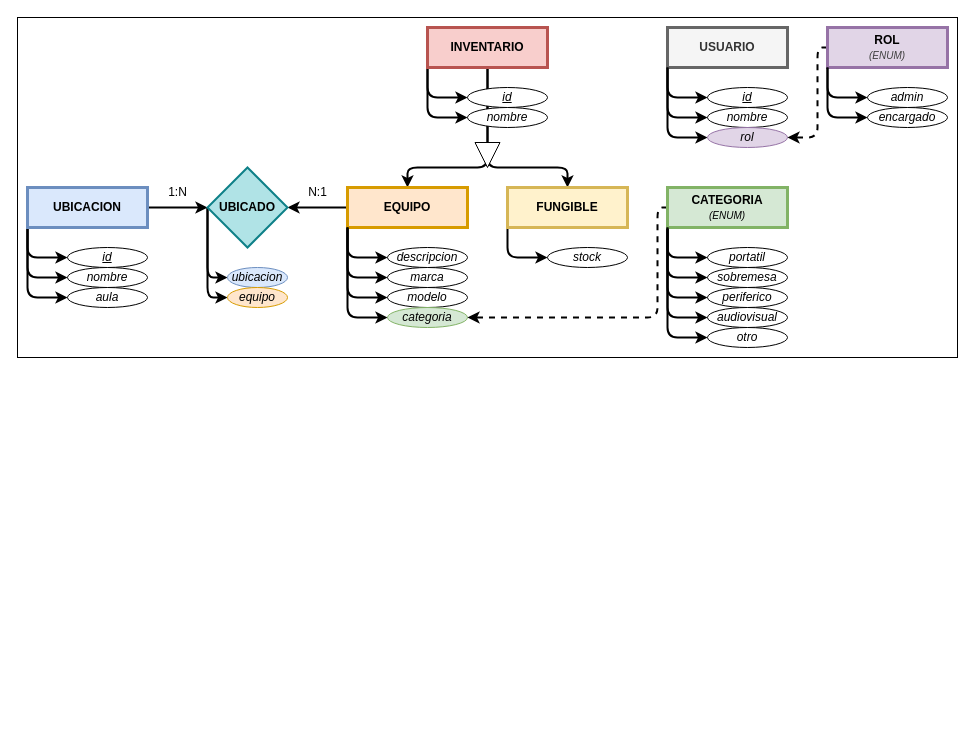
The draw.io diagram Retos/DAW_Reto_1/Reto_1_esquemaDB.dio in MedievAlex/DAW_Ejercicios, before the edit. Source tidied: cells renumbered, new cells numbered last; positions are measured from the earlier drawing's top-left corner, leaving out a move shared by most shapes. Both pictures are drawn from the tidied source at 100%, with x=0, y=0 at pixel (17, 17).
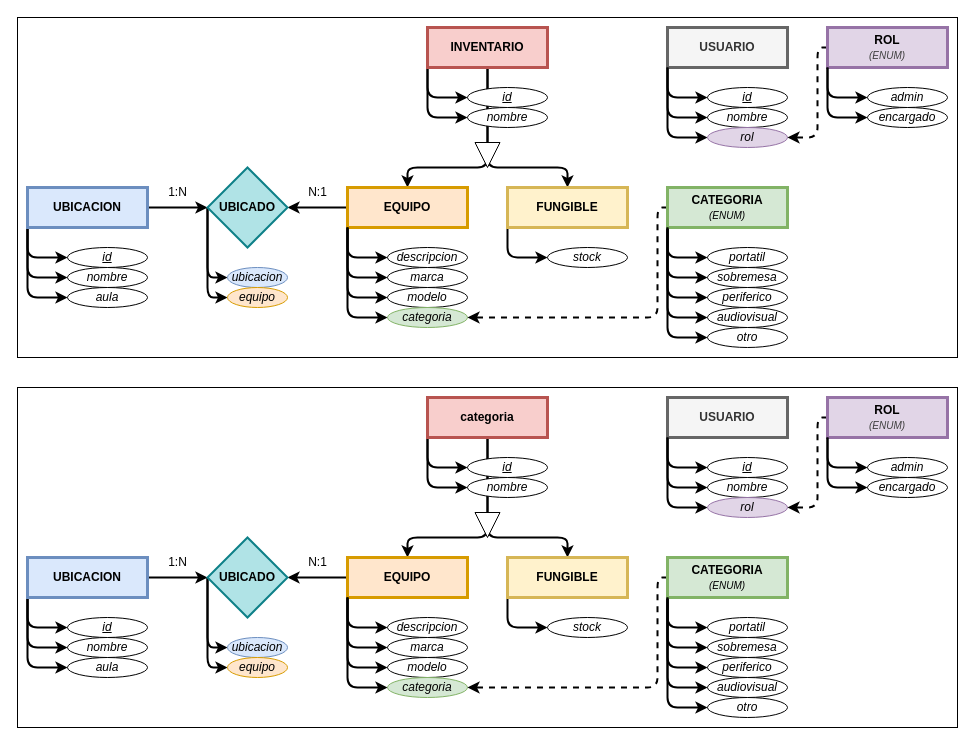
After the change.

The edit, as a diff of the source:
```diff
@@
+    <mxCell id="64" style="rounded=0;whiteSpace=wrap;html=1;" parent="1" vertex="1">
+      <mxGeometry y="370" width="940" height="340" as="geometry" />
+    </mxCell>
+    <mxCell id="65" style="edgeStyle=none;html=1;exitX=0;exitY=1;exitDx=0;exitDy=0;entryX=0;entryY=0.5;entryDx=0;entryDy=0;strokeWidth=2;" parent="1" edge="1" source="70" target="83">
+      <mxGeometry relative="1" as="geometry">
+        <Array as="points">
+          <mxPoint x="410" y="450" />
+        </Array>
+      </mxGeometry>
+    </mxCell>
+    <mxCell id="66" style="edgeStyle=none;html=1;exitX=0;exitY=1;exitDx=0;exitDy=0;entryX=0;entryY=0.5;entryDx=0;entryDy=0;strokeWidth=2;" parent="1" edge="1" source="70" target="84">
+      <mxGeometry relative="1" as="geometry">
+        <Array as="points">
+          <mxPoint x="410" y="470" />
+        </Array>
+      </mxGeometry>
+    </mxCell>
+    <mxCell id="67" style="edgeStyle=none;html=1;exitX=0;exitY=1;exitDx=0;exitDy=0;entryX=0;entryY=0.5;entryDx=0;entryDy=0;strokeWidth=2;" parent="1" edge="1" source="74" target="86">
+      <mxGeometry relative="1" as="geometry">
+        <Array as="points">
+          <mxPoint x="490" y="610" />
+        </Array>
+      </mxGeometry>
+    </mxCell>
+    <mxCell id="68" style="edgeStyle=none;html=1;exitX=0.5;exitY=1;exitDx=0;exitDy=0;entryX=0.5;entryY=0;entryDx=0;entryDy=0;strokeWidth=2;" parent="1" edge="1" source="70" target="73">
+      <mxGeometry relative="1" as="geometry">
+        <Array as="points">
+          <mxPoint x="470" y="520" />
+          <mxPoint x="390" y="520" />
+        </Array>
+      </mxGeometry>
+    </mxCell>
+    <mxCell id="69" style="edgeStyle=none;html=1;exitX=0.5;exitY=1;exitDx=0;exitDy=0;entryX=0.5;entryY=0;entryDx=0;entryDy=0;strokeWidth=2;" parent="1" edge="1" source="70" target="74">
+      <mxGeometry relative="1" as="geometry">
+        <Array as="points">
+          <mxPoint x="470" y="520" />
+          <mxPoint x="550" y="520" />
+        </Array>
+      </mxGeometry>
+    </mxCell>
+    <mxCell id="70" value="&lt;span style=&quot;color: rgb(0, 0, 0);&quot;&gt;categoria&lt;/span&gt;" style="rounded=0;whiteSpace=wrap;html=1;strokeWidth=3;fontStyle=1;fillColor=#f8cecc;strokeColor=#b85450;" parent="1" vertex="1">
+      <mxGeometry x="410" y="380" width="120" height="40" as="geometry" />
+    </mxCell>
+    <mxCell id="71" style="edgeStyle=none;html=1;exitX=0;exitY=1;exitDx=0;exitDy=0;entryX=0;entryY=0.5;entryDx=0;entryDy=0;strokeWidth=2;" parent="1" edge="1" source="73" target="85">
+      <mxGeometry relative="1" as="geometry">
+        <Array as="points">
+          <mxPoint x="330" y="610" />
+        </Array>
+      </mxGeometry>
+    </mxCell>
+    <mxCell id="72" style="edgeStyle=none;html=1;exitX=0;exitY=0.5;exitDx=0;exitDy=0;entryX=1;entryY=0.5;entryDx=0;entryDy=0;strokeWidth=2;" parent="1" edge="1" source="73" target="120">
+      <mxGeometry relative="1" as="geometry" />
+    </mxCell>
+    <mxCell id="73" value="&lt;span style=&quot;color: rgb(0, 0, 0);&quot;&gt;EQUIPO&lt;/span&gt;" style="rounded=0;whiteSpace=wrap;html=1;strokeWidth=3;fontStyle=1;fillColor=#ffe6cc;strokeColor=#d79b00;" parent="1" vertex="1">
+      <mxGeometry x="330" y="540" width="120" height="40" as="geometry" />
+    </mxCell>
+    <mxCell id="74" value="FUNGIBLE" style="rounded=0;whiteSpace=wrap;html=1;strokeWidth=3;fontStyle=1;fillColor=#fff2cc;strokeColor=#d6b656;" parent="1" vertex="1">
+      <mxGeometry x="490" y="540" width="120" height="40" as="geometry" />
+    </mxCell>
+    <mxCell id="75" style="edgeStyle=none;html=1;exitX=0;exitY=1;exitDx=0;exitDy=0;entryX=0;entryY=0.5;entryDx=0;entryDy=0;strokeWidth=2;" parent="1" edge="1" source="79" target="80">
+      <mxGeometry relative="1" as="geometry">
+        <Array as="points">
+          <mxPoint x="10" y="610" />
+        </Array>
+      </mxGeometry>
+    </mxCell>
+    <mxCell id="76" style="edgeStyle=none;html=1;exitX=0;exitY=1;exitDx=0;exitDy=0;entryX=0;entryY=0.5;entryDx=0;entryDy=0;strokeWidth=2;" parent="1" edge="1" source="79" target="81">
+      <mxGeometry relative="1" as="geometry">
+        <Array as="points">
+          <mxPoint x="10" y="630" />
+        </Array>
+      </mxGeometry>
+    </mxCell>
+    <mxCell id="77" style="edgeStyle=none;html=1;exitX=0;exitY=1;exitDx=0;exitDy=0;entryX=0;entryY=0.5;entryDx=0;entryDy=0;strokeWidth=2;" parent="1" edge="1" source="79" target="82">
+      <mxGeometry relative="1" as="geometry">
+        <Array as="points">
+          <mxPoint x="10" y="650" />
+        </Array>
+      </mxGeometry>
+    </mxCell>
+    <mxCell id="78" style="edgeStyle=none;html=1;exitX=1;exitY=0.5;exitDx=0;exitDy=0;entryX=0;entryY=0.5;entryDx=0;entryDy=0;strokeWidth=2;" parent="1" edge="1" source="79" target="120">
+      <mxGeometry relative="1" as="geometry" />
+    </mxCell>
+    <mxCell id="79" value="UBICACION" style="rounded=0;whiteSpace=wrap;html=1;strokeWidth=3;fontStyle=1;fillColor=#dae8fc;strokeColor=#6c8ebf;" parent="1" vertex="1">
+      <mxGeometry x="10" y="540" width="120" height="40" as="geometry" />
+    </mxCell>
+    <mxCell id="80" value="id" style="ellipse;whiteSpace=wrap;html=1;fontStyle=6;" parent="1" vertex="1">
+      <mxGeometry x="50" y="600" width="80" height="20" as="geometry" />
+    </mxCell>
+    <mxCell id="81" value="nombre" style="ellipse;whiteSpace=wrap;html=1;fontStyle=2;" parent="1" vertex="1">
+      <mxGeometry x="50" y="620" width="80" height="20" as="geometry" />
+    </mxCell>
+    <mxCell id="82" value="aula" style="ellipse;whiteSpace=wrap;html=1;fontStyle=2;" parent="1" vertex="1">
+      <mxGeometry x="50" y="640" width="80" height="20" as="geometry" />
+    </mxCell>
+    <mxCell id="83" value="id" style="ellipse;whiteSpace=wrap;html=1;fontStyle=6;" parent="1" vertex="1">
+      <mxGeometry x="450" y="440" width="80" height="20" as="geometry" />
+    </mxCell>
+    <mxCell id="84" value="nombre" style="ellipse;whiteSpace=wrap;html=1;fontStyle=2;" parent="1" vertex="1">
+      <mxGeometry x="450" y="460" width="80" height="20" as="geometry" />
+    </mxCell>
+    <mxCell id="85" value="descripcion" style="ellipse;whiteSpace=wrap;html=1;fontStyle=2;" parent="1" vertex="1">
+      <mxGeometry x="370" y="600" width="80" height="20" as="geometry" />
+    </mxCell>
+    <mxCell id="86" value="stock" style="ellipse;whiteSpace=wrap;html=1;fontStyle=2;" parent="1" vertex="1">
+      <mxGeometry x="530" y="600" width="80" height="20" as="geometry" />
+    </mxCell>
+    <mxCell id="87" style="edgeStyle=none;html=1;exitX=0;exitY=1;exitDx=0;exitDy=0;entryX=0;entryY=0.5;entryDx=0;entryDy=0;strokeWidth=2;" parent="1" edge="1" source="88" target="93">
+      <mxGeometry relative="1" as="geometry">
+        <Array as="points">
+          <mxPoint x="650" y="490" />
+        </Array>
+      </mxGeometry>
+    </mxCell>
+    <mxCell id="88" value="USUARIO" style="rounded=0;whiteSpace=wrap;html=1;strokeWidth=3;fontStyle=1;fillColor=#f5f5f5;strokeColor=#666666;fontColor=#333333;" parent="1" vertex="1">
+      <mxGeometry x="650" y="380" width="120" height="40" as="geometry" />
+    </mxCell>
+    <mxCell id="89" style="edgeStyle=none;html=1;exitX=0;exitY=1;exitDx=0;exitDy=0;entryX=0;entryY=0.5;entryDx=0;entryDy=0;strokeWidth=2;" parent="1" edge="1" source="88" target="91">
+      <mxGeometry relative="1" as="geometry">
+        <Array as="points">
+          <mxPoint x="650" y="450" />
+        </Array>
+      </mxGeometry>
+    </mxCell>
+    <mxCell id="90" style="edgeStyle=none;html=1;exitX=0;exitY=1;exitDx=0;exitDy=0;entryX=0;entryY=0.5;entryDx=0;entryDy=0;strokeWidth=2;" parent="1" edge="1" source="88" target="92">
+      <mxGeometry relative="1" as="geometry">
+        <Array as="points">
+          <mxPoint x="650" y="470" />
+        </Array>
+      </mxGeometry>
+    </mxCell>
+    <mxCell id="91" value="id" style="ellipse;whiteSpace=wrap;html=1;fontStyle=6;" parent="1" vertex="1">
+      <mxGeometry x="690" y="440" width="80" height="20" as="geometry" />
+    </mxCell>
+    <mxCell id="92" value="nombre" style="ellipse;whiteSpace=wrap;html=1;fontStyle=2;" parent="1" vertex="1">
+      <mxGeometry x="690" y="460" width="80" height="20" as="geometry" />
+    </mxCell>
+    <mxCell id="93" value="rol" style="ellipse;whiteSpace=wrap;html=1;fontStyle=2;fillColor=#e1d5e7;strokeColor=#9673a6;" parent="1" vertex="1">
+      <mxGeometry x="690" y="480" width="80" height="20" as="geometry" />
+    </mxCell>
+    <mxCell id="94" style="edgeStyle=none;html=1;exitX=0;exitY=1;exitDx=0;exitDy=0;entryX=0;entryY=0.5;entryDx=0;entryDy=0;strokeWidth=2;" parent="1" edge="1" source="73" target="96">
+      <mxGeometry relative="1" as="geometry">
+        <Array as="points">
+          <mxPoint x="330" y="650" />
+        </Array>
+      </mxGeometry>
+    </mxCell>
+    <mxCell id="95" style="edgeStyle=none;html=1;exitX=0;exitY=1;exitDx=0;exitDy=0;entryX=0;entryY=0.5;entryDx=0;entryDy=0;strokeWidth=2;" parent="1" edge="1" source="73" target="97">
+      <mxGeometry relative="1" as="geometry">
+        <Array as="points">
+          <mxPoint x="330" y="630" />
+        </Array>
+      </mxGeometry>
+    </mxCell>
+    <mxCell id="96" value="modelo" style="ellipse;whiteSpace=wrap;html=1;fontStyle=2;" parent="1" vertex="1">
+      <mxGeometry x="370" y="640" width="80" height="20" as="geometry" />
+    </mxCell>
+    <mxCell id="97" value="marca" style="ellipse;whiteSpace=wrap;html=1;fontStyle=2;" parent="1" vertex="1">
+      <mxGeometry x="370" y="620" width="80" height="20" as="geometry" />
+    </mxCell>
+    <mxCell id="98" value="categoria" style="ellipse;whiteSpace=wrap;html=1;fontStyle=2;fillColor=#d5e8d4;strokeColor=#82b366;" parent="1" vertex="1">
+      <mxGeometry x="370" y="660" width="80" height="20" as="geometry" />
+    </mxCell>
+    <mxCell id="99" style="edgeStyle=none;html=1;exitX=0;exitY=1;exitDx=0;exitDy=0;entryX=0;entryY=0.5;entryDx=0;entryDy=0;strokeWidth=2;" parent="1" edge="1" source="73" target="98">
+      <mxGeometry relative="1" as="geometry">
+        <Array as="points">
+          <mxPoint x="330" y="670" />
+        </Array>
+      </mxGeometry>
+    </mxCell>
+    <mxCell id="100" style="edgeStyle=none;html=1;exitX=0;exitY=1;exitDx=0;exitDy=0;entryX=0;entryY=0.5;entryDx=0;entryDy=0;strokeWidth=2;" parent="1" edge="1" source="104" target="109">
+      <mxGeometry relative="1" as="geometry">
+        <Array as="points">
+          <mxPoint x="650" y="650" />
+        </Array>
+      </mxGeometry>
+    </mxCell>
+    <mxCell id="101" style="edgeStyle=none;html=1;exitX=0;exitY=1;exitDx=0;exitDy=0;entryX=0;entryY=0.5;entryDx=0;entryDy=0;strokeWidth=2;" parent="1" edge="1" source="104" target="110">
+      <mxGeometry relative="1" as="geometry">
+        <Array as="points">
+          <mxPoint x="650" y="670" />
+        </Array>
+      </mxGeometry>
+    </mxCell>
+    <mxCell id="102" style="edgeStyle=none;html=1;exitX=0;exitY=1;exitDx=0;exitDy=0;entryX=0;entryY=0.5;entryDx=0;entryDy=0;strokeWidth=2;" parent="1" edge="1" source="104" target="111">
+      <mxGeometry relative="1" as="geometry">
+        <Array as="points">
+          <mxPoint x="650" y="690" />
+        </Array>
+      </mxGeometry>
+    </mxCell>
+    <mxCell id="103" style="edgeStyle=none;html=1;exitX=0;exitY=0.5;exitDx=0;exitDy=0;entryX=1;entryY=0.5;entryDx=0;entryDy=0;strokeWidth=2;dashed=1;" parent="1" edge="1" source="104" target="98">
+      <mxGeometry relative="1" as="geometry">
+        <Array as="points">
+          <mxPoint x="640" y="560" />
+          <mxPoint x="640" y="670" />
+        </Array>
+      </mxGeometry>
+    </mxCell>
+    <mxCell id="104" value="CATEGORIA&lt;div&gt;&lt;font size=&quot;1&quot;&gt;&lt;span style=&quot;font-weight: normal;&quot;&gt;&lt;i&gt;(ENUM)&lt;/i&gt;&lt;/span&gt;&lt;/font&gt;&lt;/div&gt;" style="rounded=0;whiteSpace=wrap;html=1;strokeWidth=3;fontStyle=1;fillColor=#d5e8d4;strokeColor=#82b366;" parent="1" vertex="1">
+      <mxGeometry x="650" y="540" width="120" height="40" as="geometry" />
+    </mxCell>
+    <mxCell id="105" style="edgeStyle=none;html=1;exitX=0;exitY=1;exitDx=0;exitDy=0;entryX=0;entryY=0.5;entryDx=0;entryDy=0;strokeWidth=2;" parent="1" edge="1" source="104" target="107">
+      <mxGeometry relative="1" as="geometry">
+        <Array as="points">
+          <mxPoint x="650" y="610" />
+        </Array>
+      </mxGeometry>
+    </mxCell>
+    <mxCell id="106" style="edgeStyle=none;html=1;exitX=0;exitY=1;exitDx=0;exitDy=0;entryX=0;entryY=0.5;entryDx=0;entryDy=0;strokeWidth=2;" parent="1" edge="1" source="104" target="108">
+      <mxGeometry relative="1" as="geometry">
+        <Array as="points">
+          <mxPoint x="650" y="630" />
+        </Array>
+      </mxGeometry>
+    </mxCell>
+    <mxCell id="107" value="portatil" style="ellipse;whiteSpace=wrap;html=1;fontStyle=2;" parent="1" vertex="1">
+      <mxGeometry x="690" y="600" width="80" height="20" as="geometry" />
+    </mxCell>
+    <mxCell id="108" value="sobremesa" style="ellipse;whiteSpace=wrap;html=1;fontStyle=2;" parent="1" vertex="1">
+      <mxGeometry x="690" y="620" width="80" height="20" as="geometry" />
+    </mxCell>
+    <mxCell id="109" value="periferico" style="ellipse;whiteSpace=wrap;html=1;fontStyle=2;" parent="1" vertex="1">
+      <mxGeometry x="690" y="640" width="80" height="20" as="geometry" />
+    </mxCell>
+    <mxCell id="110" value="audiovisual" style="ellipse;whiteSpace=wrap;html=1;fontStyle=2;" parent="1" vertex="1">
+      <mxGeometry x="690" y="660" width="80" height="20" as="geometry" />
+    </mxCell>
+    <mxCell id="111" value="otro" style="ellipse;whiteSpace=wrap;html=1;fontStyle=2;" parent="1" vertex="1">
+      <mxGeometry x="690" y="680" width="80" height="20" as="geometry" />
+    </mxCell>
+    <mxCell id="112" style="edgeStyle=none;html=1;exitX=0;exitY=0.5;exitDx=0;exitDy=0;entryX=1;entryY=0.5;entryDx=0;entryDy=0;strokeWidth=2;dashed=1;" parent="1" edge="1" source="113" target="93">
+      <mxGeometry relative="1" as="geometry">
+        <Array as="points">
+          <mxPoint x="800" y="400" />
+          <mxPoint x="800" y="490" />
+        </Array>
+      </mxGeometry>
+    </mxCell>
+    <mxCell id="113" value="ROL&lt;div&gt;&lt;i style=&quot;color: rgb(63, 63, 63); scrollbar-color: rgb(226, 226, 226) rgb(251, 251, 251); font-size: x-small; font-weight: 400;&quot;&gt;(ENUM)&lt;/i&gt;&lt;/div&gt;" style="rounded=0;whiteSpace=wrap;html=1;strokeWidth=3;fontStyle=1;fillColor=#e1d5e7;strokeColor=#9673a6;" parent="1" vertex="1">
+      <mxGeometry x="810" y="380" width="120" height="40" as="geometry" />
+    </mxCell>
+    <mxCell id="114" style="edgeStyle=none;html=1;exitX=0;exitY=1;exitDx=0;exitDy=0;entryX=0;entryY=0.5;entryDx=0;entryDy=0;strokeWidth=2;" parent="1" edge="1" source="113" target="116">
+      <mxGeometry relative="1" as="geometry">
+        <Array as="points">
+          <mxPoint x="810" y="450" />
+        </Array>
+      </mxGeometry>
+    </mxCell>
+    <mxCell id="115" style="edgeStyle=none;html=1;exitX=0;exitY=1;exitDx=0;exitDy=0;entryX=0;entryY=0.5;entryDx=0;entryDy=0;strokeWidth=2;" parent="1" edge="1" source="113" target="117">
+      <mxGeometry relative="1" as="geometry">
+        <Array as="points">
+          <mxPoint x="810" y="470" />
+        </Array>
+      </mxGeometry>
+    </mxCell>
+    <mxCell id="116" value="admin" style="ellipse;whiteSpace=wrap;html=1;fontStyle=2;" parent="1" vertex="1">
+      <mxGeometry x="850" y="440" width="80" height="20" as="geometry" />
+    </mxCell>
+    <mxCell id="117" value="encargado" style="ellipse;whiteSpace=wrap;html=1;fontStyle=2;" parent="1" vertex="1">
+      <mxGeometry x="850" y="460" width="80" height="20" as="geometry" />
+    </mxCell>
+    <mxCell id="118" style="edgeStyle=none;html=1;exitX=0;exitY=0.5;exitDx=0;exitDy=0;entryX=0;entryY=0.5;entryDx=0;entryDy=0;strokeWidth=2;" parent="1" edge="1" source="120" target="123">
+      <mxGeometry relative="1" as="geometry">
+        <Array as="points">
+          <mxPoint x="190" y="630" />
+        </Array>
+      </mxGeometry>
+    </mxCell>
+    <mxCell id="119" style="edgeStyle=none;html=1;exitX=0;exitY=0.5;exitDx=0;exitDy=0;entryX=0;entryY=0.5;entryDx=0;entryDy=0;strokeWidth=2;" parent="1" edge="1" source="120" target="124">
+      <mxGeometry relative="1" as="geometry">
+        <Array as="points">
+          <mxPoint x="190" y="650" />
+        </Array>
+      </mxGeometry>
+    </mxCell>
+    <mxCell id="120" value="&lt;b&gt;UBICADO&lt;/b&gt;" style="rhombus;whiteSpace=wrap;html=1;strokeWidth=2;fillColor=#b0e3e6;strokeColor=#0e8088;" parent="1" vertex="1">
+      <mxGeometry x="190" y="520" width="80" height="80" as="geometry" />
+    </mxCell>
+    <mxCell id="121" value="N:1" style="text;html=1;align=center;verticalAlign=middle;strokeColor=none;fillColor=none;" parent="1" vertex="1">
+      <mxGeometry x="280" y="530" width="40" height="30" as="geometry" />
+    </mxCell>
+    <mxCell id="122" value="1:N" style="text;html=1;align=center;verticalAlign=middle;strokeColor=none;fillColor=none;" parent="1" vertex="1">
+      <mxGeometry x="140" y="530" width="40" height="30" as="geometry" />
+    </mxCell>
+    <mxCell id="123" value="ubicacion" style="ellipse;whiteSpace=wrap;html=1;fontStyle=2;fillColor=#dae8fc;strokeColor=#6c8ebf;" parent="1" vertex="1">
+      <mxGeometry x="210" y="620" width="60" height="20" as="geometry" />
+    </mxCell>
+    <mxCell id="124" value="equipo" style="ellipse;whiteSpace=wrap;html=1;fontStyle=2;fillColor=#ffe6cc;strokeColor=#d79b00;" parent="1" vertex="1">
+      <mxGeometry x="210" y="640" width="60" height="20" as="geometry" />
+    </mxCell>
+    <mxCell id="125" style="triangle;whiteSpace=wrap;html=1;rotation=90;" parent="1" vertex="1">
+      <mxGeometry x="457.5" y="495" width="25" height="25" as="geometry" />
+    </mxCell>
```
